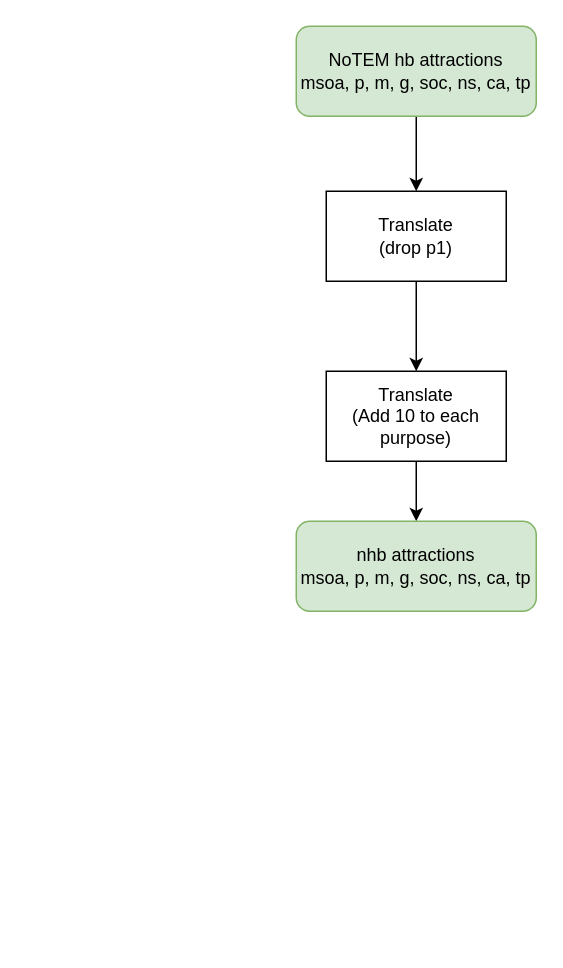
Before: page "NHB Attractions Model" (6 of 6) of docs/op_models/NoTEM/NoTEM Code Structure.drawio in Transport-for-the-North/NorMITs-Demand, a draw.io diagram. Source tidied: cells renumbered, new cells numbered last; positions are measured from the earlier drawing's top-left corner, leaving out a move shared by most shapes. Both pictures are drawn from the tidied source at 150%, with x=0, y=0 at pixel (296, 26).
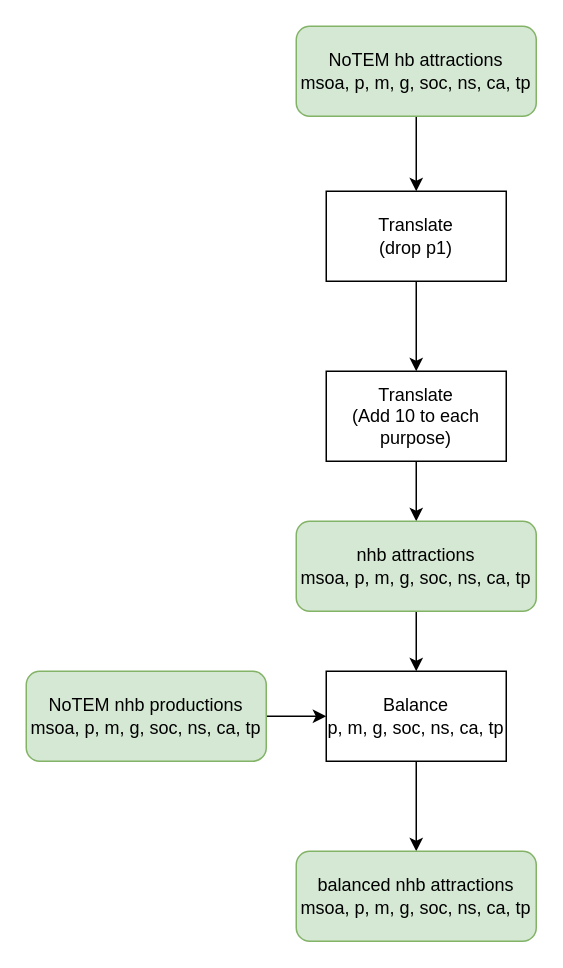
After the change.

Commit message (it also covers changes not shown here):
Updated NHB Attractions Model

Diff of the diagram source:
```diff
@@
 <mxGraphModel>
   <root>
     <mxCell id="0" />
     <mxCell id="1" parent="0" />
     <mxCell id="2" style="edgeStyle=orthogonalEdgeStyle;rounded=0;jettySize=auto;html=1;" parent="1" edge="1" source="3" target="5">
       <mxGeometry relative="1" as="geometry" />
     </mxCell>
     <mxCell id="3" value="NoTEM hb attractions&lt;br&gt;msoa, p, m, g, soc, ns, ca, tp" style="rounded=1;whiteSpace=wrap;html=1;fillColor=#d5e8d4;strokeColor=#82b366;" parent="1" vertex="1">
       <mxGeometry width="160" height="60" as="geometry" />
     </mxCell>
     <mxCell id="4" style="edgeStyle=orthogonalEdgeStyle;rounded=0;jettySize=auto;html=1;" parent="1" edge="1" source="5" target="7">
       <mxGeometry relative="1" as="geometry" />
     </mxCell>
     <mxCell id="5" value="Translate&lt;br&gt;(drop p1)" style="rounded=0;whiteSpace=wrap;html=1;" parent="1" vertex="1">
       <mxGeometry x="20" y="110" width="120" height="60" as="geometry" />
     </mxCell>
     <mxCell id="6" style="edgeStyle=orthogonalEdgeStyle;rounded=0;jettySize=auto;html=1;" parent="1" edge="1" source="7" target="8">
       <mxGeometry relative="1" as="geometry" />
     </mxCell>
     <mxCell id="7" value="Translate&lt;br&gt;(Add 10 to each purpose)" style="rounded=0;whiteSpace=wrap;html=1;" parent="1" vertex="1">
       <mxGeometry x="20" y="230" width="120" height="60" as="geometry" />
     </mxCell>
+    <mxCell id="9" style="edgeStyle=orthogonalEdgeStyle;rounded=0;jettySize=auto;html=1;" parent="1" edge="1" source="8" target="13">
+      <mxGeometry relative="1" as="geometry" />
+    </mxCell>
     <mxCell id="8" value="nhb attractions&lt;br&gt;msoa, p, m, g, soc, ns, ca, tp" style="rounded=1;whiteSpace=wrap;html=1;fillColor=#d5e8d4;strokeColor=#82b366;" parent="1" vertex="1">
       <mxGeometry y="330" width="160" height="60" as="geometry" />
     </mxCell>
+    <mxCell id="10" style="edgeStyle=orthogonalEdgeStyle;rounded=0;jettySize=auto;html=1;" parent="1" edge="1" source="11" target="13">
+      <mxGeometry relative="1" as="geometry" />
+    </mxCell>
+    <mxCell id="11" value="NoTEM nhb productions&lt;br&gt;msoa, p, m, g, soc, ns, ca, tp" style="rounded=1;whiteSpace=wrap;html=1;fillColor=#d5e8d4;strokeColor=#82b366;" parent="1" vertex="1">
+      <mxGeometry x="-180" y="430" width="160" height="60" as="geometry" />
+    </mxCell>
+    <mxCell id="12" style="edgeStyle=orthogonalEdgeStyle;rounded=0;jettySize=auto;html=1;" parent="1" edge="1" source="13" target="14">
+      <mxGeometry relative="1" as="geometry" />
+    </mxCell>
+    <mxCell id="13" value="Balance&lt;br&gt;p, m, g, soc, ns, ca, tp" style="rounded=0;whiteSpace=wrap;html=1;" parent="1" vertex="1">
+      <mxGeometry x="20" y="430" width="120" height="60" as="geometry" />
+    </mxCell>
+    <mxCell id="14" value="balanced nhb attractions&lt;br&gt;msoa, p, m, g, soc, ns, ca, tp" style="rounded=1;whiteSpace=wrap;html=1;fillColor=#d5e8d4;strokeColor=#82b366;" parent="1" vertex="1">
+      <mxGeometry y="550" width="160" height="60" as="geometry" />
+    </mxCell>
   </root>
 </mxGraphModel>
```
